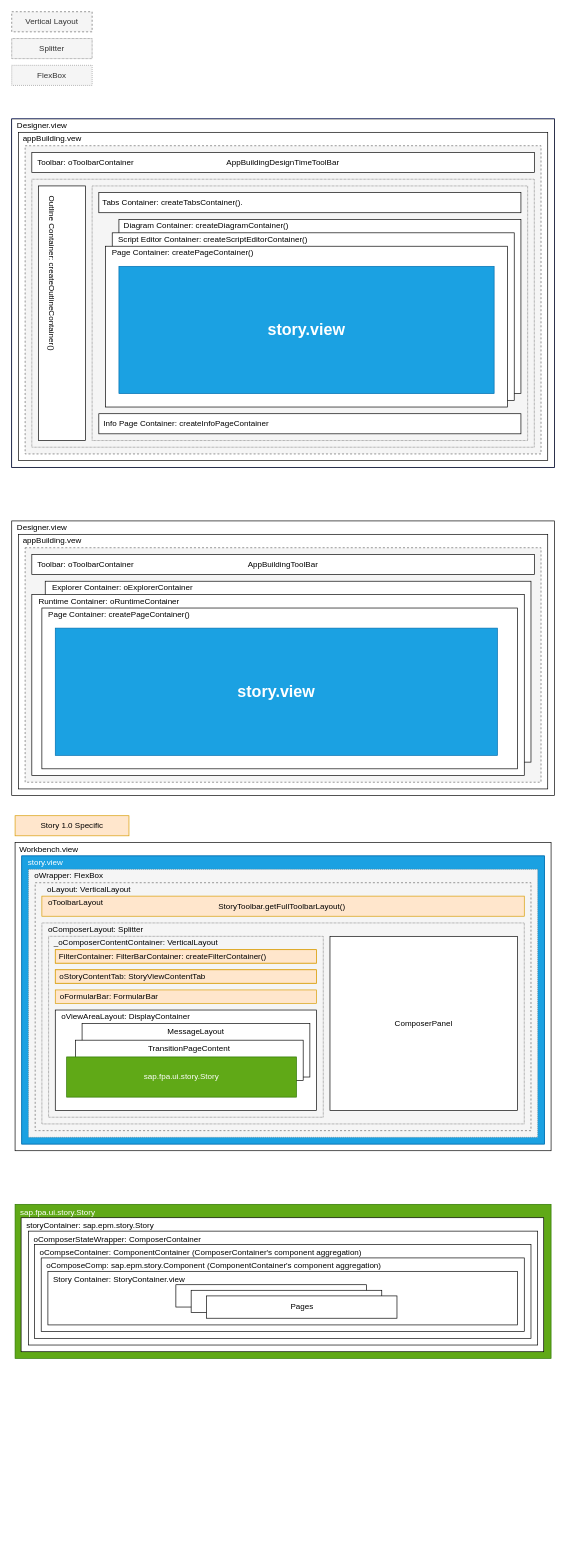
Earlier version of the draw.io diagram Application.drawio (windsonic/files). Source tidied: cells renumbered, new cells numbered last; positions are measured from the earlier drawing's top-left corner, leaving out a move shared by most shapes. Both pictures are drawn from the tidied source at 67%, with x=0, y=0 at pixel (-32, 11).
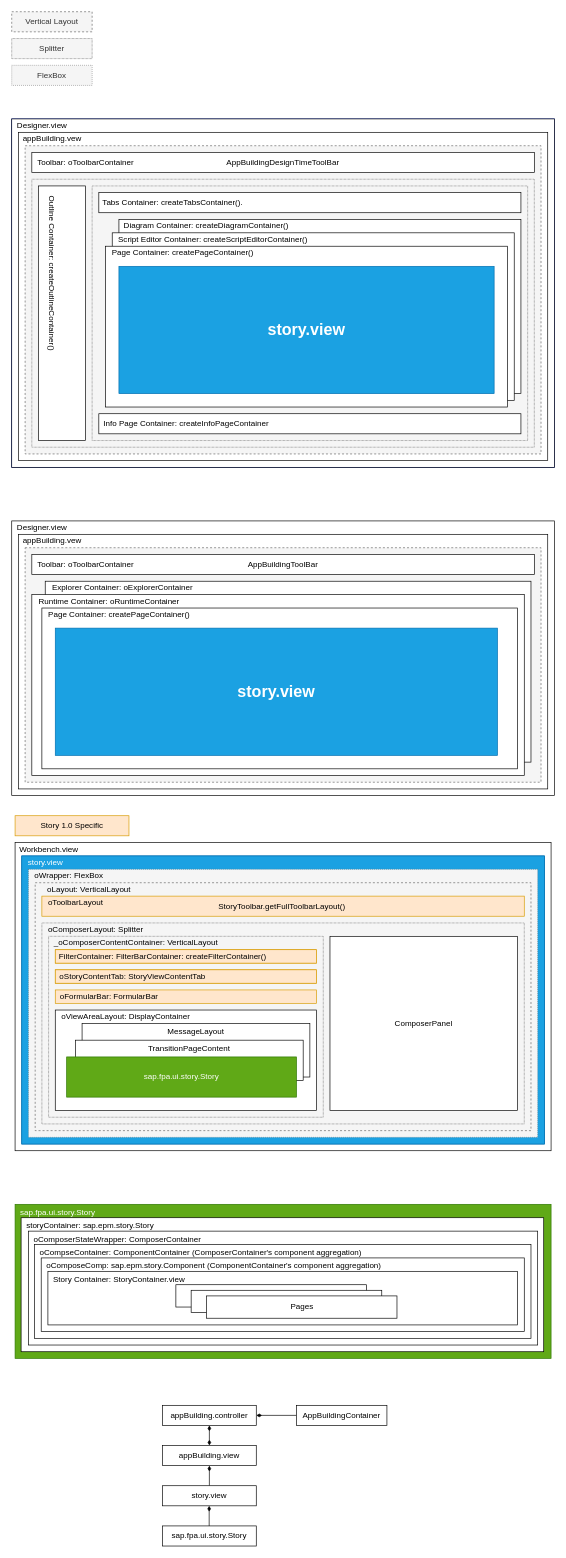
Above is the later version.

Change to the diagram source:
```diff
@@
+    <mxCell id="86" value="&lt;font color=&quot;#000000&quot;&gt;appBuilding.controller&lt;/font&gt;" style="rounded=0;whiteSpace=wrap;html=1;fontColor=#FFFFFF;" parent="1" vertex="1">
+      <mxGeometry x="290" y="2080" width="140" height="30" as="geometry" />
+    </mxCell>
+    <mxCell id="87" style="rounded=0;jettySize=auto;html=1;fontColor=#000000;entryX=0.5;entryY=1;entryDx=0;entryDy=0;endArrow=diamondThin;endFill=1;strokeColor=default;startArrow=diamondThin;startFill=1;exitX=0.5;exitY=0;exitDx=0;exitDy=0;" parent="1" edge="1" source="88" target="86">
+      <mxGeometry relative="1" as="geometry" />
+    </mxCell>
+    <mxCell id="88" value="&lt;font color=&quot;#000000&quot;&gt;appBuilding.view&lt;/font&gt;" style="rounded=0;whiteSpace=wrap;html=1;fontColor=#FFFFFF;" parent="1" vertex="1">
+      <mxGeometry x="290" y="2140" width="140" height="30" as="geometry" />
+    </mxCell>
+    <mxCell id="89" style="edgeStyle=none;rounded=0;jettySize=auto;html=1;fontColor=#000000;endArrow=diamondThin;endFill=1;" parent="1" edge="1" source="90" target="86">
+      <mxGeometry relative="1" as="geometry" />
+    </mxCell>
+    <mxCell id="90" value="&lt;font color=&quot;#000000&quot;&gt;AppBuildingContainer&lt;/font&gt;" style="rounded=0;whiteSpace=wrap;html=1;fontColor=#FFFFFF;" parent="1" vertex="1">
+      <mxGeometry x="490" y="2080" width="135" height="30" as="geometry" />
+    </mxCell>
+    <mxCell id="91" style="edgeStyle=none;rounded=0;jettySize=auto;html=1;entryX=0.5;entryY=1;entryDx=0;entryDy=0;fontColor=#000000;startArrow=none;startFill=0;endArrow=diamondThin;endFill=1;strokeColor=default;" parent="1" edge="1" source="92" target="88">
+      <mxGeometry relative="1" as="geometry" />
+    </mxCell>
+    <mxCell id="92" value="story.view" style="rounded=0;whiteSpace=wrap;html=1;fontColor=#000000;" parent="1" vertex="1">
+      <mxGeometry x="290" y="2200" width="140" height="30" as="geometry" />
+    </mxCell>
+    <mxCell id="93" value="sap.fpa.ui.story.Story" style="rounded=0;whiteSpace=wrap;html=1;fontColor=#000000;" parent="1" vertex="1">
+      <mxGeometry x="290" y="2260" width="140" height="30" as="geometry" />
+    </mxCell>
+    <mxCell id="94" style="edgeStyle=none;rounded=0;orthogonalLoop=1;jettySize=auto;html=1;entryX=0.5;entryY=1;entryDx=0;entryDy=0;fontColor=#000000;startArrow=none;startFill=0;endArrow=diamondThin;endFill=1;strokeColor=default;" parent="1" edge="1">
+      <mxGeometry relative="1" as="geometry">
+        <mxPoint x="359.7" y="2260" as="sourcePoint" />
+        <mxPoint x="359.7" y="2230" as="targetPoint" />
+      </mxGeometry>
+    </mxCell>
```
